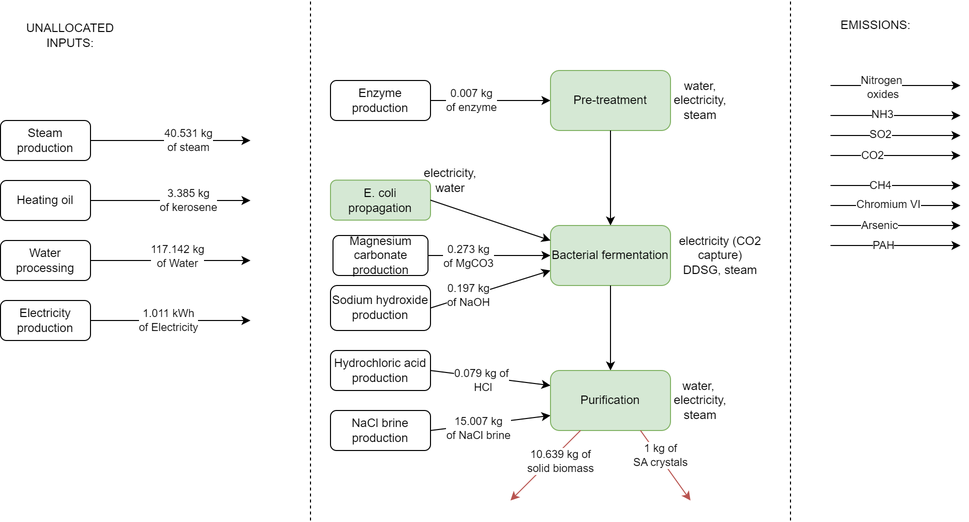
Before: foreground.drawio.png, a diagram exported from draw.io (Stew-McD/cLCA_course-Aalborg2023). Source tidied: cells renumbered, new cells last; positions are measured from the earlier drawing's top-left corner, leaving out a move shared by most shapes. Source of this version:
```xml
<mxGraphModel>
  <root>
    <mxCell id="0" />
    <mxCell id="1" parent="0" />
    <mxCell id="2" value="Steam production" style="rounded=1;whiteSpace=wrap;html=1;" parent="1" vertex="1">
      <mxGeometry y="120" width="90" height="40" as="geometry" />
    </mxCell>
    <mxCell id="3" value="Enzyme production" style="rounded=1;whiteSpace=wrap;html=1;" parent="1" vertex="1">
      <mxGeometry x="330" y="80" width="100" height="40" as="geometry" />
    </mxCell>
    <mxCell id="4" value="Sodium hydroxide production" style="rounded=1;whiteSpace=wrap;html=1;" parent="1" vertex="1">
      <mxGeometry x="330" y="285" width="100" height="45" as="geometry" />
    </mxCell>
    <mxCell id="5" value="Magnesium carbonate production" style="rounded=1;whiteSpace=wrap;html=1;" parent="1" vertex="1">
      <mxGeometry x="332.5" y="235" width="95" height="40" as="geometry" />
    </mxCell>
    <mxCell id="6" value="Hydrochloric acid production" style="rounded=1;whiteSpace=wrap;html=1;" parent="1" vertex="1">
      <mxGeometry x="330" y="350" width="100" height="40" as="geometry" />
    </mxCell>
    <mxCell id="7" value="NaCl brine production" style="rounded=1;whiteSpace=wrap;html=1;" parent="1" vertex="1">
      <mxGeometry x="330" y="410" width="100" height="40" as="geometry" />
    </mxCell>
    <mxCell id="8" value="Heating oil" style="rounded=1;whiteSpace=wrap;html=1;" parent="1" vertex="1">
      <mxGeometry y="180" width="90" height="40" as="geometry" />
    </mxCell>
    <mxCell id="9" value="Water processing" style="rounded=1;whiteSpace=wrap;html=1;" parent="1" vertex="1">
      <mxGeometry y="240" width="90" height="40" as="geometry" />
    </mxCell>
    <mxCell id="10" value="Electricity production" style="rounded=1;whiteSpace=wrap;html=1;" parent="1" vertex="1">
      <mxGeometry y="300" width="90" height="40" as="geometry" />
    </mxCell>
    <mxCell id="11" style="endArrow=classic;html=1;rounded=0;exitX=1;exitY=0.5;exitDx=0;exitDy=0;" parent="1" edge="1" source="2">
      <mxGeometry relative="1" as="geometry">
        <mxPoint x="250" y="140" as="targetPoint" />
      </mxGeometry>
    </mxCell>
    <mxCell id="12" value="40.531 kg &lt;br&gt;of steam" style="edgeLabel;html=1;align=center;verticalAlign=middle;" parent="11" vertex="1">
      <mxGeometry x="0.38" y="-4" relative="1" as="geometry">
        <mxPoint x="-12" y="-4" as="offset" />
      </mxGeometry>
    </mxCell>
    <mxCell id="13" style="endArrow=classic;html=1;rounded=0;exitX=1;exitY=0.5;exitDx=0;exitDy=0;" parent="1" edge="1" source="10">
      <mxGeometry relative="1" as="geometry">
        <mxPoint x="250" y="320" as="targetPoint" />
      </mxGeometry>
    </mxCell>
    <mxCell id="14" value="1.011 kWh &lt;br&gt;of Electricity" style="edgeLabel;html=1;align=center;verticalAlign=middle;" parent="13" vertex="1">
      <mxGeometry x="-0.51" y="-1" relative="1" as="geometry">
        <mxPoint x="38" y="-1" as="offset" />
      </mxGeometry>
    </mxCell>
    <mxCell id="15" style="endArrow=classic;html=1;rounded=0;exitX=1;exitY=0.5;exitDx=0;exitDy=0;" parent="1" edge="1" source="9">
      <mxGeometry relative="1" as="geometry">
        <mxPoint x="250" y="260" as="targetPoint" />
      </mxGeometry>
    </mxCell>
    <mxCell id="16" value="117.142 kg&lt;br&gt;of Water" style="edgeLabel;html=1;align=center;verticalAlign=middle;" parent="15" vertex="1">
      <mxGeometry x="-0.35" y="4" relative="1" as="geometry">
        <mxPoint x="34" as="offset" />
      </mxGeometry>
    </mxCell>
    <mxCell id="17" style="endArrow=classic;html=1;rounded=0;exitX=1;exitY=0.5;exitDx=0;exitDy=0;entryX=0;entryY=0.25;entryDx=0;entryDy=0;" parent="1" edge="1" source="6" target="49">
      <mxGeometry relative="1" as="geometry" />
    </mxCell>
    <mxCell id="18" value="0.079 kg of&lt;br&gt;&amp;nbsp;HCl" style="edgeLabel;html=1;align=center;verticalAlign=middle;" parent="17" vertex="1">
      <mxGeometry x="-0.3" y="4" relative="1" as="geometry">
        <mxPoint x="8" y="8" as="offset" />
      </mxGeometry>
    </mxCell>
    <mxCell id="19" style="endArrow=classic;html=1;rounded=0;exitX=1;exitY=0.5;exitDx=0;exitDy=0;entryX=0;entryY=0.5;entryDx=0;entryDy=0;" parent="1" edge="1" source="5" target="47">
      <mxGeometry relative="1" as="geometry" />
    </mxCell>
    <mxCell id="20" value="0.273 kg&lt;br&gt;of MgCO3" style="edgeLabel;html=1;align=center;verticalAlign=middle;" parent="19" vertex="1">
      <mxGeometry x="-0.3" relative="1" as="geometry">
        <mxPoint x="-2" y="1" as="offset" />
      </mxGeometry>
    </mxCell>
    <mxCell id="21" style="endArrow=classic;html=1;rounded=0;exitX=1;exitY=0.5;exitDx=0;exitDy=0;entryX=0;entryY=0.75;entryDx=0;entryDy=0;" parent="1" edge="1" source="4" target="47">
      <mxGeometry relative="1" as="geometry" />
    </mxCell>
    <mxCell id="22" value="0.197 kg&lt;br&gt;of NaOH" style="edgeLabel;html=1;align=center;verticalAlign=middle;" parent="21" vertex="1">
      <mxGeometry x="-0.37" y="2" relative="1" as="geometry">
        <mxPoint y="1" as="offset" />
      </mxGeometry>
    </mxCell>
    <mxCell id="23" style="endArrow=classic;html=1;rounded=0;exitX=1;exitY=0.5;exitDx=0;exitDy=0;entryX=0;entryY=0.75;entryDx=0;entryDy=0;" parent="1" edge="1" source="7" target="49">
      <mxGeometry relative="1" as="geometry" />
    </mxCell>
    <mxCell id="24" value="15.007 kg&lt;br&gt;of NaCl brine" style="edgeLabel;html=1;align=center;verticalAlign=middle;" parent="23" vertex="1">
      <mxGeometry x="-0.22" y="-3" relative="1" as="geometry" />
    </mxCell>
    <mxCell id="25" style="endArrow=classic;html=1;rounded=0;exitX=1;exitY=0.5;exitDx=0;exitDy=0;entryX=0;entryY=0.5;entryDx=0;entryDy=0;" parent="1" edge="1" source="3" target="45">
      <mxGeometry relative="1" as="geometry" />
    </mxCell>
    <mxCell id="26" value="0.007 kg&lt;br&gt;of enzyme" style="edgeLabel;html=1;align=center;verticalAlign=middle;" parent="25" vertex="1">
      <mxGeometry x="-0.18" y="-3" relative="1" as="geometry">
        <mxPoint x="-9" y="-3" as="offset" />
      </mxGeometry>
    </mxCell>
    <mxCell id="27" style="endArrow=classic;html=1;rounded=0;" parent="1" edge="1">
      <mxGeometry relative="1" as="geometry">
        <mxPoint x="830" y="85" as="sourcePoint" />
        <mxPoint x="960" y="85" as="targetPoint" />
      </mxGeometry>
    </mxCell>
    <mxCell id="28" value="Nitrogen&lt;br&gt;&amp;nbsp;oxides" style="edgeLabel;html=1;align=center;verticalAlign=middle;" parent="27" vertex="1">
      <mxGeometry x="0.34" y="-2" relative="1" as="geometry">
        <mxPoint x="-37" as="offset" />
      </mxGeometry>
    </mxCell>
    <mxCell id="29" style="endArrow=classic;html=1;rounded=0;" parent="1" edge="1">
      <mxGeometry relative="1" as="geometry">
        <mxPoint x="830" y="115" as="sourcePoint" />
        <mxPoint x="960" y="115" as="targetPoint" />
      </mxGeometry>
    </mxCell>
    <mxCell id="30" value="NH3" style="edgeLabel;html=1;align=center;verticalAlign=middle;" parent="29" vertex="1">
      <mxGeometry x="-0.21" y="1" relative="1" as="geometry" />
    </mxCell>
    <mxCell id="31" style="endArrow=classic;html=1;rounded=0;" parent="1" edge="1">
      <mxGeometry relative="1" as="geometry">
        <mxPoint x="830" y="135" as="sourcePoint" />
        <mxPoint x="960" y="135" as="targetPoint" />
      </mxGeometry>
    </mxCell>
    <mxCell id="32" value="SO2" style="edgeLabel;html=1;align=center;verticalAlign=middle;" parent="31" vertex="1">
      <mxGeometry x="-0.41" y="1" relative="1" as="geometry">
        <mxPoint x="11" as="offset" />
      </mxGeometry>
    </mxCell>
    <mxCell id="33" style="endArrow=classic;html=1;rounded=0;" parent="1" edge="1">
      <mxGeometry relative="1" as="geometry">
        <mxPoint x="830" y="155" as="sourcePoint" />
        <mxPoint x="960" y="155" as="targetPoint" />
      </mxGeometry>
    </mxCell>
    <mxCell id="34" value="CO2" style="edgeLabel;html=1;align=center;verticalAlign=middle;" parent="33" vertex="1">
      <mxGeometry x="-0.59" relative="1" as="geometry">
        <mxPoint x="15" as="offset" />
      </mxGeometry>
    </mxCell>
    <mxCell id="35" style="endArrow=classic;html=1;rounded=0;" parent="1" edge="1">
      <mxGeometry relative="1" as="geometry">
        <mxPoint x="830" y="205" as="sourcePoint" />
        <mxPoint x="960" y="205" as="targetPoint" />
      </mxGeometry>
    </mxCell>
    <mxCell id="36" value="Chromium VI" style="edgeLabel;html=1;align=center;verticalAlign=middle;" parent="35" vertex="1">
      <mxGeometry x="-0.12" y="1" relative="1" as="geometry" />
    </mxCell>
    <mxCell id="37" style="endArrow=classic;html=1;rounded=0;entryX=1;entryY=1;entryDx=0;entryDy=0;" parent="1" edge="1">
      <mxGeometry relative="1" as="geometry">
        <mxPoint x="830" y="225" as="sourcePoint" />
        <mxPoint x="960" y="225" as="targetPoint" />
      </mxGeometry>
    </mxCell>
    <mxCell id="38" value="Arsenic" style="edgeLabel;html=1;align=center;verticalAlign=middle;" parent="37" vertex="1">
      <mxGeometry x="-0.26" relative="1" as="geometry" />
    </mxCell>
    <mxCell id="39" style="endArrow=classic;html=1;rounded=0;" parent="1" edge="1">
      <mxGeometry relative="1" as="geometry">
        <mxPoint x="830" y="245" as="sourcePoint" />
        <mxPoint x="960" y="245" as="targetPoint" />
      </mxGeometry>
    </mxCell>
    <mxCell id="40" value="PAH" style="edgeLabel;html=1;align=center;verticalAlign=middle;" parent="39" vertex="1">
      <mxGeometry x="-0.19" relative="1" as="geometry" />
    </mxCell>
    <mxCell id="41" style="endArrow=classic;html=1;rounded=0;" parent="1" edge="1">
      <mxGeometry relative="1" as="geometry">
        <mxPoint x="830" y="185" as="sourcePoint" />
        <mxPoint x="960" y="185" as="targetPoint" />
      </mxGeometry>
    </mxCell>
    <mxCell id="42" value="CH4" style="edgeLabel;html=1;align=center;verticalAlign=middle;" parent="41" vertex="1">
      <mxGeometry x="-0.58" y="4" relative="1" as="geometry">
        <mxPoint x="22" y="4" as="offset" />
      </mxGeometry>
    </mxCell>
    <mxCell id="43" style="endArrow=classic;html=1;rounded=0;exitX=1;exitY=0.5;exitDx=0;exitDy=0;" parent="1" edge="1" source="8">
      <mxGeometry relative="1" as="geometry">
        <mxPoint x="250" y="200" as="targetPoint" />
      </mxGeometry>
    </mxCell>
    <mxCell id="44" value="3.385 kg&lt;br&gt;of kerosene" style="edgeLabel;html=1;align=center;verticalAlign=middle;" parent="43" vertex="1">
      <mxGeometry x="0.38" y="-4" relative="1" as="geometry">
        <mxPoint x="-12" y="-4" as="offset" />
      </mxGeometry>
    </mxCell>
    <mxCell id="45" value="Pre-treatment" style="rounded=1;whiteSpace=wrap;html=1;fillColor=#d5e8d4;strokeColor=#82b366;" parent="1" vertex="1">
      <mxGeometry x="550" y="70" width="120" height="60" as="geometry" />
    </mxCell>
    <mxCell id="46" style="endArrow=classic;html=1;rounded=0;exitX=0.5;exitY=1;exitDx=0;exitDy=0;" parent="1" edge="1" source="45" target="47">
      <mxGeometry relative="1" as="geometry" />
    </mxCell>
    <mxCell id="47" value="Bacterial fermentation" style="rounded=1;whiteSpace=wrap;html=1;fillColor=#d5e8d4;strokeColor=#82b366;" parent="1" vertex="1">
      <mxGeometry x="550" y="225" width="120" height="60" as="geometry" />
    </mxCell>
    <mxCell id="48" style="endArrow=classic;html=1;rounded=0;exitX=0.5;exitY=1;exitDx=0;exitDy=0;entryX=0.5;entryY=0;entryDx=0;entryDy=0;" parent="1" edge="1" source="47" target="49">
      <mxGeometry relative="1" as="geometry" />
    </mxCell>
    <mxCell id="49" value="Purification" style="rounded=1;whiteSpace=wrap;html=1;fillColor=#d5e8d4;strokeColor=#82b366;" parent="1" vertex="1">
      <mxGeometry x="550" y="370" width="120" height="60" as="geometry" />
    </mxCell>
    <mxCell id="50" style="endArrow=classic;html=1;rounded=0;fillColor=#f8cecc;strokeColor=#b85450;exitX=0.75;exitY=1;exitDx=0;exitDy=0;" parent="1" edge="1" source="49">
      <mxGeometry relative="1" as="geometry">
        <mxPoint x="690" y="500" as="targetPoint" />
      </mxGeometry>
    </mxCell>
    <mxCell id="51" value="1 kg of&lt;br&gt;SA crystals" style="edgeLabel;html=1;align=center;verticalAlign=middle;" parent="50" vertex="1">
      <mxGeometry x="-0.33" y="4" relative="1" as="geometry">
        <mxPoint y="4" as="offset" />
      </mxGeometry>
    </mxCell>
    <mxCell id="52" style="endArrow=classic;html=1;rounded=0;fillColor=#f8cecc;strokeColor=#b85450;exitX=0.25;exitY=1;exitDx=0;exitDy=0;" parent="1" edge="1" source="49">
      <mxGeometry relative="1" as="geometry">
        <mxPoint x="510" y="500" as="targetPoint" />
      </mxGeometry>
    </mxCell>
    <mxCell id="53" value="10.639 kg of&lt;br&gt;solid biomass" style="edgeLabel;html=1;align=center;verticalAlign=middle;" parent="52" vertex="1">
      <mxGeometry x="-0.33" y="4" relative="1" as="geometry">
        <mxPoint y="4" as="offset" />
      </mxGeometry>
    </mxCell>
    <mxCell id="54" value="water, electricity,&lt;br&gt;steam" style="text;html=1;strokeColor=none;fillColor=none;align=center;verticalAlign=middle;whiteSpace=wrap;rounded=0;" parent="1" vertex="1">
      <mxGeometry x="670" y="85" width="60" height="30" as="geometry" />
    </mxCell>
    <mxCell id="55" value="electricity (CO2 capture)&lt;br&gt;DDSG, steam" style="text;html=1;strokeColor=none;fillColor=none;align=center;verticalAlign=middle;whiteSpace=wrap;rounded=0;" parent="1" vertex="1">
      <mxGeometry x="670" y="240" width="100" height="30" as="geometry" />
    </mxCell>
    <mxCell id="56" value="water,&amp;nbsp; electricity, steam" style="text;html=1;strokeColor=none;fillColor=none;align=center;verticalAlign=middle;whiteSpace=wrap;rounded=0;" parent="1" vertex="1">
      <mxGeometry x="670" y="385" width="60" height="30" as="geometry" />
    </mxCell>
    <mxCell id="57" value="EMISSIONS:" style="text;html=1;align=center;verticalAlign=middle;" parent="1" vertex="1">
      <mxGeometry x="830" y="10" width="90" height="30" as="geometry" />
    </mxCell>
    <mxCell id="58" value="E. coli propagation" style="rounded=1;whiteSpace=wrap;html=1;fillColor=#d5e8d4;strokeColor=#82b366;" parent="1" vertex="1">
      <mxGeometry x="330" y="179.6" width="100" height="40" as="geometry" />
    </mxCell>
    <mxCell id="59" style="endArrow=classic;html=1;rounded=0;exitX=1;exitY=0.5;exitDx=0;exitDy=0;entryX=0;entryY=0.25;entryDx=0;entryDy=0;" parent="1" edge="1" source="58" target="47">
      <mxGeometry relative="1" as="geometry" />
    </mxCell>
    <mxCell id="60" value="electricity,&lt;br&gt;water" style="text;html=1;strokeColor=none;fillColor=none;align=center;verticalAlign=middle;whiteSpace=wrap;rounded=0;" parent="1" vertex="1">
      <mxGeometry x="420" y="165" width="60" height="30" as="geometry" />
    </mxCell>
    <mxCell id="61" style="endArrow=none;dashed=1;html=1;rounded=0;" parent="1" edge="1">
      <mxGeometry relative="1" as="geometry">
        <mxPoint x="790" y="520" as="sourcePoint" />
        <mxPoint x="790" as="targetPoint" />
      </mxGeometry>
    </mxCell>
    <mxCell id="62" style="endArrow=none;dashed=1;html=1;rounded=0;" parent="1" edge="1">
      <mxGeometry relative="1" as="geometry">
        <mxPoint x="310" y="520" as="sourcePoint" />
        <mxPoint x="310" as="targetPoint" />
      </mxGeometry>
    </mxCell>
    <mxCell id="63" value="UNALLOCATED INPUTS:" style="text;html=1;strokeColor=none;fillColor=none;align=center;verticalAlign=middle;whiteSpace=wrap;rounded=0;" parent="1" vertex="1">
      <mxGeometry x="40" y="20" width="60" height="30" as="geometry" />
    </mxCell>
  </root>
</mxGraphModel>
```
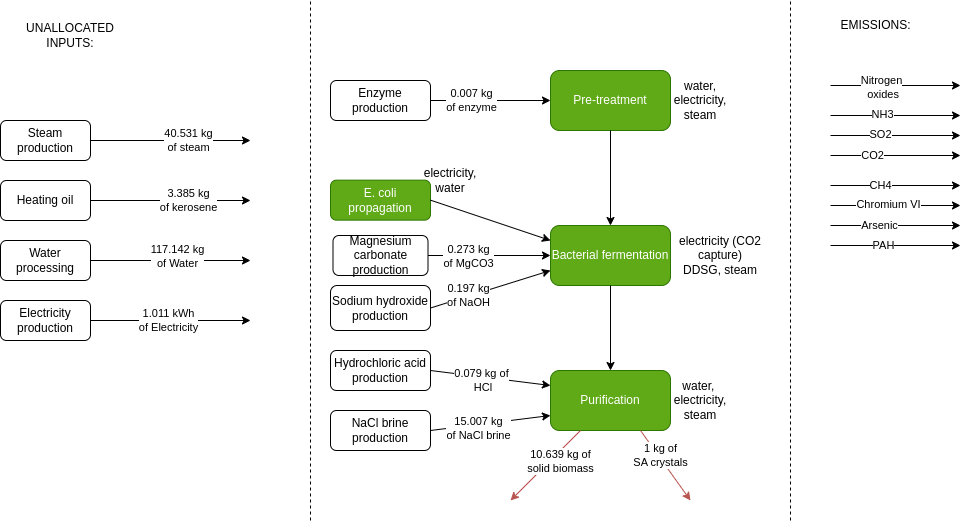
After the change.

What changed in the source:
```diff
@@ -187,19 +187,19 @@
         <mxPoint x="-12" y="-4" as="offset" />
       </mxGeometry>
     </mxCell>
-    <mxCell id="45" value="Pre-treatment" style="rounded=1;whiteSpace=wrap;html=1;fillColor=#d5e8d4;strokeColor=#82b366;" parent="1" vertex="1">
+    <mxCell id="45" value="Pre-treatment" style="rounded=1;whiteSpace=wrap;html=1;fillColor=#60a917;strokeColor=#2D7600;fontColor=#ffffff;" parent="1" vertex="1">
       <mxGeometry x="550" y="70" width="120" height="60" as="geometry" />
     </mxCell>
     <mxCell id="46" style="endArrow=classic;html=1;rounded=0;exitX=0.5;exitY=1;exitDx=0;exitDy=0;" parent="1" edge="1" source="45" target="47">
       <mxGeometry relative="1" as="geometry" />
     </mxCell>
-    <mxCell id="47" value="Bacterial fermentation" style="rounded=1;whiteSpace=wrap;html=1;fillColor=#d5e8d4;strokeColor=#82b366;" parent="1" vertex="1">
+    <mxCell id="47" value="Bacterial fermentation" style="rounded=1;whiteSpace=wrap;html=1;fillColor=#60a917;strokeColor=#2D7600;fontColor=#ffffff;" parent="1" vertex="1">
       <mxGeometry x="550" y="225" width="120" height="60" as="geometry" />
     </mxCell>
     <mxCell id="48" style="endArrow=classic;html=1;rounded=0;exitX=0.5;exitY=1;exitDx=0;exitDy=0;entryX=0.5;entryY=0;entryDx=0;entryDy=0;" parent="1" edge="1" source="47" target="49">
       <mxGeometry relative="1" as="geometry" />
     </mxCell>
-    <mxCell id="49" value="Purification" style="rounded=1;whiteSpace=wrap;html=1;fillColor=#d5e8d4;strokeColor=#82b366;" parent="1" vertex="1">
+    <mxCell id="49" value="Purification" style="rounded=1;whiteSpace=wrap;html=1;fillColor=#60a917;strokeColor=#2D7600;fontColor=#ffffff;" parent="1" vertex="1">
       <mxGeometry x="550" y="370" width="120" height="60" as="geometry" />
     </mxCell>
     <mxCell id="50" style="endArrow=classic;html=1;rounded=0;fillColor=#f8cecc;strokeColor=#b85450;exitX=0.75;exitY=1;exitDx=0;exitDy=0;" parent="1" edge="1" source="49">
@@ -234,7 +234,7 @@
     <mxCell id="57" value="EMISSIONS:" style="text;html=1;align=center;verticalAlign=middle;" parent="1" vertex="1">
       <mxGeometry x="830" y="10" width="90" height="30" as="geometry" />
     </mxCell>
-    <mxCell id="58" value="E. coli propagation" style="rounded=1;whiteSpace=wrap;html=1;fillColor=#d5e8d4;strokeColor=#82b366;" parent="1" vertex="1">
+    <mxCell id="58" value="E. coli propagation" style="rounded=1;whiteSpace=wrap;html=1;fillColor=#60a917;strokeColor=#2D7600;fontColor=#ffffff;" parent="1" vertex="1">
       <mxGeometry x="330" y="179.6" width="100" height="40" as="geometry" />
     </mxCell>
     <mxCell id="59" style="endArrow=classic;html=1;rounded=0;exitX=1;exitY=0.5;exitDx=0;exitDy=0;entryX=0;entryY=0.25;entryDx=0;entryDy=0;" parent="1" edge="1" source="58" target="47">
```
